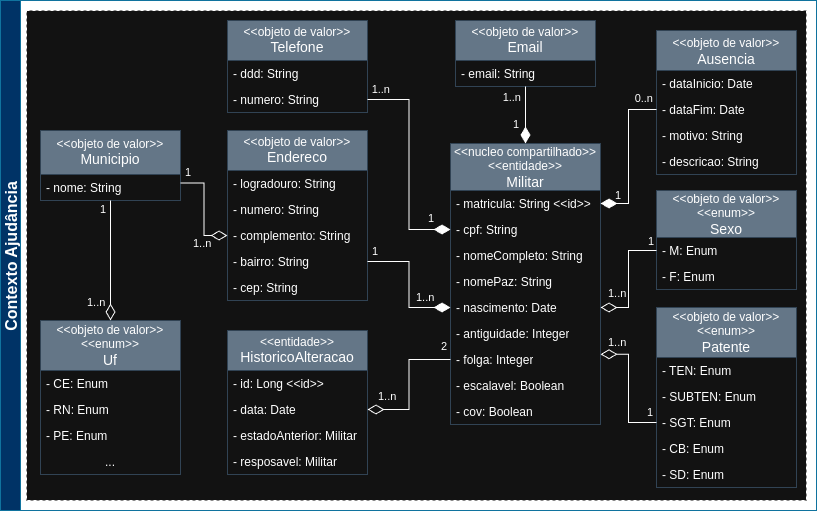
Above: docs/diagramas/img/DiagramaUMLAjudancia.png in joaoAaf/escalante-ddd (draw.io), before the change. Source tidied: cells renumbered, new cells last; positions are measured from the earlier drawing's top-left corner, leaving out a move shared by most shapes.
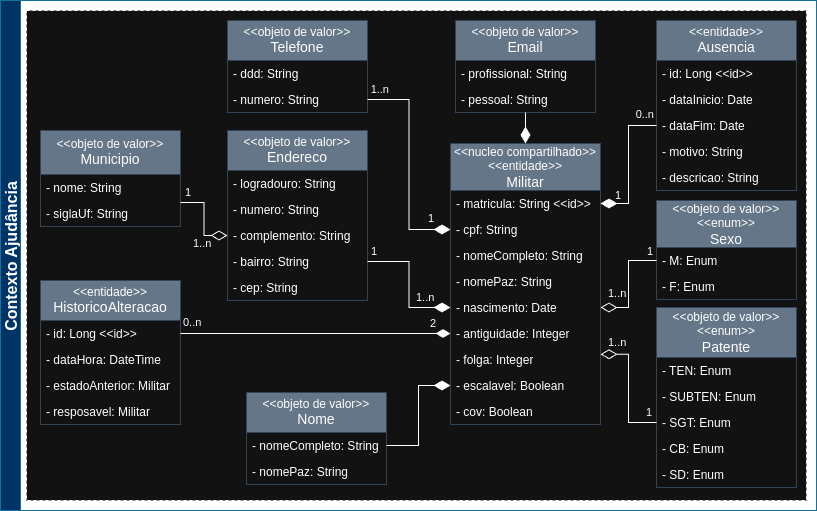
Above is the later version.

Commit message:
Implementando dominio do contexto ajudancia e refatorando diagramas

What changed in the source:
```diff
@@ -14,20 +14,23 @@
     <mxCell id="5" value="- numero: String" style="text;strokeColor=none;fillColor=none;align=left;verticalAlign=top;spacingLeft=4;spacingRight=4;overflow=hidden;points=[[0,0.5],[1,0.5]];portConstraint=eastwest;whiteSpace=wrap;html=1;" parent="3" vertex="1">
       <mxGeometry y="66" width="140" height="26" as="geometry" />
     </mxCell>
-    <mxCell id="6" value="&lt;font style=&quot;font-size: 14px;&quot;&gt;&lt;span style=&quot;font-size: 12px;&quot;&gt;&amp;lt;&amp;lt;objeto de valor&amp;gt;&amp;gt;&lt;/span&gt;&lt;br style=&quot;font-size: 12px;&quot;&gt;Ausencia&lt;/font&gt;" style="swimlane;fontStyle=0;horizontal=1;startSize=40;fillColor=#647687;whiteSpace=wrap;html=1;fontColor=#ffffff;strokeColor=#314354;" parent="1" vertex="1">
-      <mxGeometry x="656" y="30" width="140" height="144" as="geometry" />
+    <mxCell id="6" value="&lt;font style=&quot;font-size: 14px;&quot;&gt;&lt;div style=&quot;font-size: 12px;&quot;&gt;&amp;lt;&amp;lt;entidade&amp;gt;&amp;gt;&lt;/div&gt;Ausencia&lt;/font&gt;" style="swimlane;fontStyle=0;horizontal=1;startSize=40;fillColor=#647687;whiteSpace=wrap;html=1;fontColor=#ffffff;strokeColor=#314354;" parent="1" vertex="1">
+      <mxGeometry x="656" y="20" width="140" height="170" as="geometry" />
     </mxCell>
+    <mxCell id="78" value="- id: Long &amp;lt;&amp;lt;id&amp;gt;&amp;gt;" style="text;strokeColor=none;fillColor=none;align=left;verticalAlign=top;spacingLeft=4;spacingRight=4;overflow=hidden;whiteSpace=wrap;html=1;" parent="6" vertex="1">
+      <mxGeometry y="40" width="140" height="26" as="geometry" />
+    </mxCell>
     <mxCell id="7" value="- dataInicio: Date" style="text;strokeColor=none;fillColor=none;align=left;verticalAlign=top;spacingLeft=4;spacingRight=4;overflow=hidden;whiteSpace=wrap;html=1;" parent="6" vertex="1">
-      <mxGeometry y="40" width="140" height="26" as="geometry" />
+      <mxGeometry y="66" width="140" height="26" as="geometry" />
     </mxCell>
     <mxCell id="8" value="- dataFim: Date" style="text;strokeColor=none;fillColor=none;align=left;verticalAlign=top;spacingLeft=4;spacingRight=4;overflow=hidden;points=[[0,0.5],[1,0.5]];portConstraint=eastwest;whiteSpace=wrap;html=1;" parent="6" vertex="1">
-      <mxGeometry y="66" width="140" height="26" as="geometry" />
+      <mxGeometry y="92" width="140" height="26" as="geometry" />
     </mxCell>
     <mxCell id="9" value="- motivo: String" style="text;strokeColor=none;fillColor=none;align=left;verticalAlign=top;spacingLeft=4;spacingRight=4;overflow=hidden;whiteSpace=wrap;html=1;" parent="6" vertex="1">
-      <mxGeometry y="92" width="140" height="26" as="geometry" />
+      <mxGeometry y="118" width="140" height="26" as="geometry" />
     </mxCell>
     <mxCell id="10" value="- descricao: String" style="text;strokeColor=none;fillColor=none;align=left;verticalAlign=top;spacingLeft=4;spacingRight=4;overflow=hidden;whiteSpace=wrap;html=1;" parent="6" vertex="1">
-      <mxGeometry y="118" width="140" height="26" as="geometry" />
+      <mxGeometry y="144" width="140" height="26" as="geometry" />
     </mxCell>
     <mxCell id="11" value="&amp;lt;&amp;lt;objeto de valor&amp;gt;&amp;gt;&lt;br&gt;&lt;font style=&quot;font-size: 14px;&quot;&gt;Endereco&lt;/font&gt;" style="swimlane;fontStyle=0;horizontal=1;startSize=40;fillColor=#647687;whiteSpace=wrap;html=1;fontColor=#ffffff;strokeColor=#314354;" parent="1" vertex="1">
       <mxGeometry x="227" y="130" width="140" height="170" as="geometry" />
@@ -104,24 +107,17 @@
       </mxGeometry>
     </mxCell>
     <mxCell id="33" value="&amp;lt;&amp;lt;objeto de valor&amp;gt;&amp;gt;&lt;br&gt;&lt;font style=&quot;font-size: 14px;&quot;&gt;Email&lt;/font&gt;" style="swimlane;fontStyle=0;horizontal=1;startSize=40;fillColor=#647687;whiteSpace=wrap;html=1;fontColor=#ffffff;strokeColor=#314354;" parent="1" vertex="1">
-      <mxGeometry x="455" y="20" width="140" height="66" as="geometry" />
+      <mxGeometry x="455" y="20" width="140" height="92" as="geometry" />
     </mxCell>
-    <mxCell id="34" value="- email: String" style="text;strokeColor=none;fillColor=none;align=left;verticalAlign=top;spacingLeft=4;spacingRight=4;overflow=hidden;whiteSpace=wrap;html=1;" parent="33" vertex="1">
+    <mxCell id="34" value="- profissional: String" style="text;strokeColor=none;fillColor=none;align=left;verticalAlign=top;spacingLeft=4;spacingRight=4;overflow=hidden;whiteSpace=wrap;html=1;" parent="33" vertex="1">
       <mxGeometry y="40" width="140" height="26" as="geometry" />
     </mxCell>
+    <mxCell id="79" value="- pessoal: String" style="text;strokeColor=none;fillColor=none;align=left;verticalAlign=top;spacingLeft=4;spacingRight=4;overflow=hidden;whiteSpace=wrap;html=1;" parent="33" vertex="1">
+      <mxGeometry y="66" width="140" height="26" as="geometry" />
+    </mxCell>
     <mxCell id="35" style="endArrow=none;html=1;endSize=12;startArrow=diamondThin;startSize=14;startFill=1;edgeStyle=orthogonalEdgeStyle;rounded=0;exitX=0.5;exitY=0;exitDx=0;exitDy=0;entryX=0.5;entryY=1;entryDx=0;entryDy=0;" parent="1" edge="1" source="17" target="33">
       <mxGeometry relative="1" as="geometry" />
     </mxCell>
-    <mxCell id="36" value="1" style="edgeLabel;html=1;align=left;verticalAlign=top;" parent="35" vertex="1">
-      <mxGeometry x="-1" relative="1" as="geometry">
-        <mxPoint x="-14" y="-32" as="offset" />
-      </mxGeometry>
-    </mxCell>
-    <mxCell id="37" value="&lt;div&gt;1..n&lt;/div&gt;" style="edgeLabel;html=1;align=right;verticalAlign=top;" parent="35" vertex="1">
-      <mxGeometry x="1" relative="1" as="geometry">
-        <mxPoint x="-4" y="-2" as="offset" />
-      </mxGeometry>
-    </mxCell>
     <mxCell id="38" style="endArrow=none;html=1;endSize=12;startArrow=diamondThin;startSize=14;startFill=1;edgeStyle=orthogonalEdgeStyle;rounded=0;exitX=0;exitY=0.5;exitDx=0;exitDy=0;entryX=1;entryY=0.5;entryDx=0;entryDy=0;" parent="1" edge="1" source="19" target="5">
       <mxGeometry relative="1" as="geometry" />
     </mxCell>
@@ -167,26 +163,14 @@
       </mxGeometry>
     </mxCell>
     <mxCell id="50" value="&amp;lt;&amp;lt;objeto de valor&amp;gt;&amp;gt;&lt;br&gt;&lt;font style=&quot;font-size: 14px;&quot;&gt;Municipio&lt;/font&gt;" style="swimlane;fontStyle=0;horizontal=1;startSize=44;fillColor=#647687;whiteSpace=wrap;html=1;fontColor=#ffffff;strokeColor=#314354;" parent="1" vertex="1">
-      <mxGeometry x="40" y="130" width="140" height="70" as="geometry" />
+      <mxGeometry x="40" y="130" width="140" height="96" as="geometry" />
     </mxCell>
+    <mxCell id="80" value="- nome: String" style="text;strokeColor=none;fillColor=none;align=left;verticalAlign=top;spacingLeft=4;spacingRight=4;overflow=hidden;whiteSpace=wrap;html=1;" parent="50" vertex="1">
+      <mxGeometry y="44" width="140" height="26" as="geometry" />
+    </mxCell>
-    <mxCell id="51" value="- nome: String" style="text;strokeColor=none;fillColor=none;align=left;verticalAlign=top;spacingLeft=4;spacingRight=4;overflow=hidden;whiteSpace=wrap;html=1;" parent="50" vertex="1">
-      <mxGeometry y="44" width="140" height="26" as="geometry" />
+    <mxCell id="51" value="- siglaUf: String" style="text;strokeColor=none;fillColor=none;align=left;verticalAlign=top;spacingLeft=4;spacingRight=4;overflow=hidden;whiteSpace=wrap;html=1;" parent="50" vertex="1">
+      <mxGeometry y="70" width="140" height="26" as="geometry" />
     </mxCell>
-    <mxCell id="52" value="&amp;lt;&amp;lt;objeto de valor&amp;gt;&amp;gt;&lt;br&gt;&amp;lt;&amp;lt;enum&amp;gt;&amp;gt;&lt;br&gt;&lt;font style=&quot;font-size: 14px;&quot;&gt;Uf&lt;/font&gt;" style="swimlane;fontStyle=0;horizontal=1;startSize=50;fillColor=#647687;whiteSpace=wrap;html=1;fontColor=#ffffff;strokeColor=#314354;" parent="1" vertex="1">
-      <mxGeometry x="40" y="320" width="140" height="154" as="geometry" />
-    </mxCell>
-    <mxCell id="53" value="&lt;div&gt;- CE: Enum&lt;/div&gt;" style="text;strokeColor=none;fillColor=none;align=left;verticalAlign=top;spacingLeft=4;spacingRight=4;overflow=hidden;whiteSpace=wrap;html=1;" parent="52" vertex="1">
-      <mxGeometry y="50" width="140" height="26" as="geometry" />
-    </mxCell>
-    <mxCell id="54" value="&lt;div&gt;- RN: Enum&lt;/div&gt;" style="text;strokeColor=none;fillColor=none;align=left;verticalAlign=top;spacingLeft=4;spacingRight=4;overflow=hidden;whiteSpace=wrap;html=1;" parent="52" vertex="1">
-      <mxGeometry y="76" width="140" height="26" as="geometry" />
-    </mxCell>
-    <mxCell id="55" value="&lt;div&gt;- PE: Enum&lt;/div&gt;" style="text;strokeColor=none;fillColor=none;align=left;verticalAlign=top;spacingLeft=4;spacingRight=4;overflow=hidden;whiteSpace=wrap;html=1;" parent="52" vertex="1">
-      <mxGeometry y="102" width="140" height="26" as="geometry" />
-    </mxCell>
-    <mxCell id="56" value="&lt;div align=&quot;center&quot;&gt;...&lt;/div&gt;" style="text;strokeColor=none;fillColor=none;align=center;verticalAlign=top;spacingLeft=4;spacingRight=4;overflow=hidden;whiteSpace=wrap;html=1;" parent="52" vertex="1">
-      <mxGeometry y="128" width="140" height="26" as="geometry" />
-    </mxCell>
     <mxCell id="57" style="endArrow=none;html=1;endSize=12;startArrow=diamondThin;startSize=14;startFill=0;edgeStyle=orthogonalEdgeStyle;rounded=0;exitX=0;exitY=0.5;exitDx=0;exitDy=0;entryX=1;entryY=0.75;entryDx=0;entryDy=0;" parent="1" edge="1" source="14" target="50">
       <mxGeometry relative="1" as="geometry" />
     </mxCell>
@@ -200,21 +184,8 @@
         <mxPoint x="11" y="-23" as="offset" />
       </mxGeometry>
     </mxCell>
-    <mxCell id="60" style="endArrow=none;html=1;endSize=12;startArrow=diamondThin;startSize=14;startFill=0;edgeStyle=orthogonalEdgeStyle;rounded=0;exitX=0.5;exitY=0;exitDx=0;exitDy=0;" parent="1" edge="1" source="52" target="50">
-      <mxGeometry relative="1" as="geometry" />
-    </mxCell>
-    <mxCell id="61" value="1..n" style="edgeLabel;html=1;align=left;verticalAlign=top;" parent="60" vertex="1">
-      <mxGeometry x="-1" relative="1" as="geometry">
-        <mxPoint x="-25" y="-31" as="offset" />
-      </mxGeometry>
-    </mxCell>
-    <mxCell id="62" value="1" style="edgeLabel;html=1;align=right;verticalAlign=top;" parent="60" vertex="1">
-      <mxGeometry x="1" relative="1" as="geometry">
-        <mxPoint x="-4" y="-4" as="offset" />
-      </mxGeometry>
-    </mxCell>
     <mxCell id="63" value="&amp;lt;&amp;lt;objeto de valor&amp;gt;&amp;gt;&lt;br&gt;&amp;lt;&amp;lt;enum&amp;gt;&amp;gt;&lt;br&gt;&lt;font style=&quot;font-size: 14px;&quot;&gt;Sexo&lt;/font&gt;" style="swimlane;fontStyle=0;horizontal=1;startSize=47;fillColor=#647687;whiteSpace=wrap;html=1;fontColor=#ffffff;strokeColor=#314354;" parent="1" vertex="1">
-      <mxGeometry x="656" y="190" width="140" height="99" as="geometry" />
+      <mxGeometry x="656" y="200" width="140" height="99" as="geometry" />
     </mxCell>
     <mxCell id="64" value="&lt;div&gt;- M: Enum&lt;/div&gt;" style="text;strokeColor=none;fillColor=none;align=left;verticalAlign=top;spacingLeft=4;spacingRight=4;overflow=hidden;points=[[0,0.5],[1,0.5]];portConstraint=eastwest;whiteSpace=wrap;html=1;" parent="63" vertex="1">
       <mxGeometry y="47" width="140" height="26" as="geometry" />
@@ -239,12 +210,12 @@
       <mxGeometry width="816" height="510" as="geometry" />
     </mxCell>
     <mxCell id="70" value="&lt;font style=&quot;font-size: 14px;&quot;&gt;&lt;div style=&quot;font-size: 12px;&quot;&gt;&amp;lt;&amp;lt;entidade&amp;gt;&amp;gt;&lt;/div&gt;HistoricoAlteracao&lt;/font&gt;" style="swimlane;fontStyle=0;horizontal=1;startSize=40;fillColor=#647687;whiteSpace=wrap;html=1;fontColor=#ffffff;strokeColor=#314354;" parent="1" vertex="1">
-      <mxGeometry x="227" y="330" width="140" height="144" as="geometry" />
+      <mxGeometry x="40" y="280" width="140" height="144" as="geometry" />
     </mxCell>
     <mxCell id="71" value="- id: Long &amp;lt;&amp;lt;id&amp;gt;&amp;gt;" style="text;strokeColor=none;fillColor=none;align=left;verticalAlign=top;spacingLeft=4;spacingRight=4;overflow=hidden;points=[[0,0.5],[1,0.5]];portConstraint=eastwest;whiteSpace=wrap;html=1;" parent="70" vertex="1">
       <mxGeometry y="40" width="140" height="26" as="geometry" />
     </mxCell>
-    <mxCell id="72" value="- data: Date" style="text;strokeColor=none;fillColor=none;align=left;verticalAlign=top;spacingLeft=4;spacingRight=4;overflow=hidden;points=[[0,0.5],[1,0.5]];portConstraint=eastwest;whiteSpace=wrap;html=1;" parent="70" vertex="1">
+    <mxCell id="72" value="- dataHora: DateTime" style="text;strokeColor=none;fillColor=none;align=left;verticalAlign=top;spacingLeft=4;spacingRight=4;overflow=hidden;points=[[0,0.5],[1,0.5]];portConstraint=eastwest;whiteSpace=wrap;html=1;" parent="70" vertex="1">
       <mxGeometry y="66" width="140" height="26" as="geometry" />
     </mxCell>
     <mxCell id="73" value="- estadoAnterior: Militar" style="text;strokeColor=none;fillColor=none;align=left;verticalAlign=top;spacingLeft=4;spacingRight=4;overflow=hidden;whiteSpace=wrap;html=1;" parent="70" vertex="1">
@@ -253,18 +224,30 @@
     <mxCell id="74" value="- resposavel: Militar" style="text;strokeColor=none;fillColor=none;align=left;verticalAlign=top;spacingLeft=4;spacingRight=4;overflow=hidden;whiteSpace=wrap;html=1;" parent="70" vertex="1">
       <mxGeometry y="118" width="140" height="26" as="geometry" />
     </mxCell>
-    <mxCell id="75" style="endArrow=none;html=1;endSize=12;startArrow=diamondThin;startSize=14;startFill=0;edgeStyle=orthogonalEdgeStyle;rounded=0;exitX=1;exitY=0.5;exitDx=0;exitDy=0;entryX=0;entryY=0.5;entryDx=0;entryDy=0;" parent="1" edge="1" source="72" target="24">
+    <mxCell id="75" style="endArrow=diamondThin;html=1;endSize=12;startArrow=none;startSize=14;startFill=0;edgeStyle=orthogonalEdgeStyle;rounded=0;exitX=1;exitY=0.5;exitDx=0;exitDy=0;entryX=0;entryY=0.5;entryDx=0;entryDy=0;endFill=1;" parent="1" edge="1" source="71" target="23">
       <mxGeometry relative="1" as="geometry" />
     </mxCell>
-    <mxCell id="76" value="1..n" style="edgeLabel;html=1;align=left;verticalAlign=top;" parent="75" vertex="1">
+    <mxCell id="76" value="0..n" style="edgeLabel;html=1;align=left;verticalAlign=top;" parent="75" vertex="1">
       <mxGeometry x="-1" relative="1" as="geometry">
-        <mxPoint x="9" y="-26" as="offset" />
+        <mxPoint x="1" y="-24" as="offset" />
       </mxGeometry>
     </mxCell>
     <mxCell id="77" value="2" style="edgeLabel;html=1;align=right;verticalAlign=top;" parent="75" vertex="1">
       <mxGeometry x="1" relative="1" as="geometry">
-        <mxPoint x="-3" y="-26" as="offset" />
+        <mxPoint x="-14" y="-23" as="offset" />
       </mxGeometry>
     </mxCell>
+    <mxCell id="81" value="&amp;lt;&amp;lt;objeto de valor&amp;gt;&amp;gt;&lt;br&gt;&lt;font style=&quot;font-size: 14px;&quot;&gt;Nome&lt;/font&gt;" style="swimlane;fontStyle=0;horizontal=1;startSize=40;fillColor=#647687;whiteSpace=wrap;html=1;fontColor=#ffffff;strokeColor=#314354;" parent="1" vertex="1">
+      <mxGeometry x="246" y="392" width="140" height="92" as="geometry" />
+    </mxCell>
+    <mxCell id="82" value="- nomeCompleto: String" style="text;strokeColor=none;fillColor=none;align=left;verticalAlign=top;spacingLeft=4;spacingRight=4;overflow=hidden;points=[[0,0.5],[1,0.5]];portConstraint=eastwest;whiteSpace=wrap;html=1;" parent="81" vertex="1">
+      <mxGeometry y="40" width="140" height="26" as="geometry" />
+    </mxCell>
+    <mxCell id="83" value="- nomePaz: String" style="text;strokeColor=none;fillColor=none;align=left;verticalAlign=top;spacingLeft=4;spacingRight=4;overflow=hidden;whiteSpace=wrap;html=1;" parent="81" vertex="1">
+      <mxGeometry y="66" width="140" height="26" as="geometry" />
+    </mxCell>
+    <mxCell id="84" style="endArrow=none;html=1;endSize=12;startArrow=diamondThin;startSize=14;startFill=1;edgeStyle=orthogonalEdgeStyle;rounded=0;exitX=0;exitY=0.5;exitDx=0;exitDy=0;entryX=1;entryY=0.5;entryDx=0;entryDy=0;" parent="1" edge="1" source="25" target="82">
+      <mxGeometry relative="1" as="geometry" />
+    </mxCell>
   </root>
 </mxGraphModel>
```
